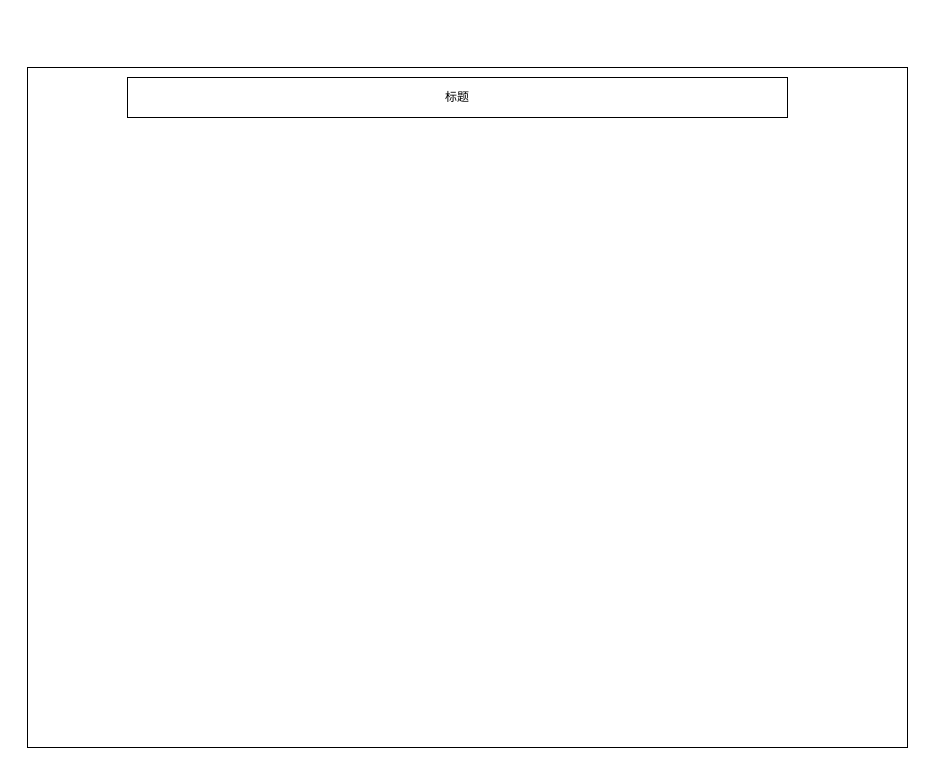
Earlier version of the draw.io diagram 动态报表.drawio (463024907/zabbix-report). Source tidied: cells renumbered, new cells numbered last; positions are measured from the earlier drawing's top-left corner, leaving out a move shared by most shapes. Both pictures are drawn from the tidied source at 100%, with x=0, y=0 at pixel (27, 67).
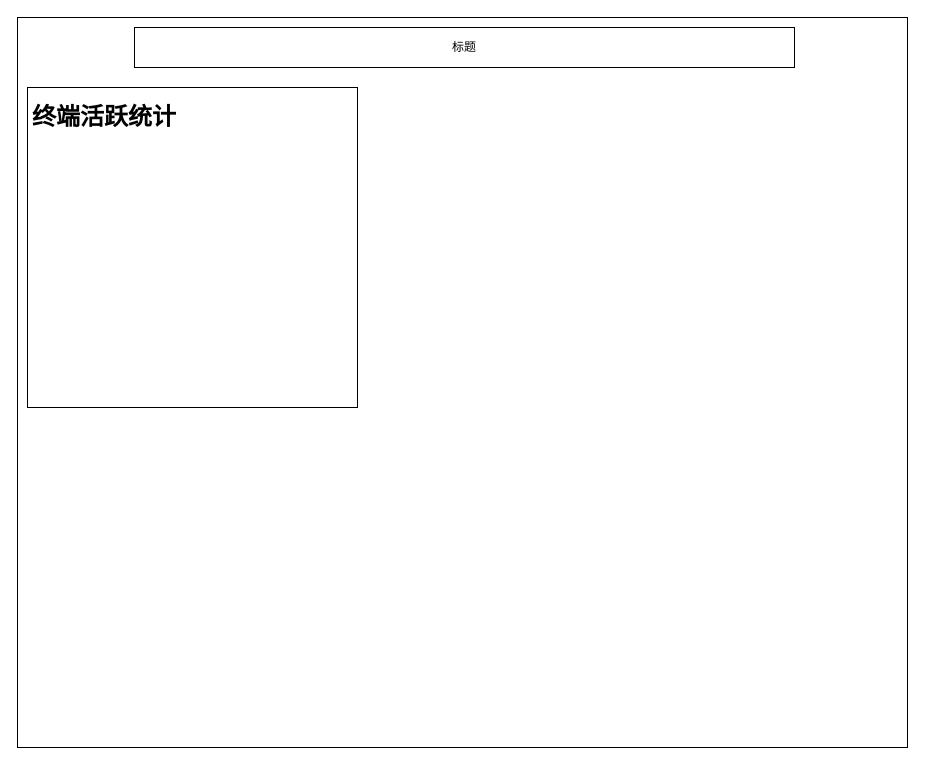
After the change.

Commit message (it also covers changes not shown here):
更新动态报表.drawio

Change to the diagram source:
```diff
@@
 <mxGraphModel>
   <root>
     <mxCell id="0" />
     <mxCell id="1" parent="0" />
     <mxCell id="2" style="rounded=0;whiteSpace=wrap;html=1;" parent="1" vertex="1">
-      <mxGeometry width="880" height="680" as="geometry" />
+      <mxGeometry x="-10" y="-50" width="890" height="730" as="geometry" />
     </mxCell>
     <mxCell id="3" value="标题" style="rounded=0;whiteSpace=wrap;html=1;" parent="1" vertex="1">
-      <mxGeometry x="100" y="10" width="660" height="40" as="geometry" />
+      <mxGeometry x="107" y="-40" width="660" height="40" as="geometry" />
     </mxCell>
+    <mxCell id="4" style="rounded=0;whiteSpace=wrap;html=1;" parent="1" vertex="1">
+      <mxGeometry y="20" width="330" height="320" as="geometry" />
+    </mxCell>
+    <mxCell id="5" value="&lt;h1&gt;终端活跃统计&lt;/h1&gt;" style="text;html=1;strokeColor=none;fillColor=none;spacing=5;spacingTop=-20;whiteSpace=wrap;overflow=hidden;rounded=0;" parent="1" vertex="1">
+      <mxGeometry y="30" width="160" height="30" as="geometry" />
+    </mxCell>
   </root>
 </mxGraphModel>
```
